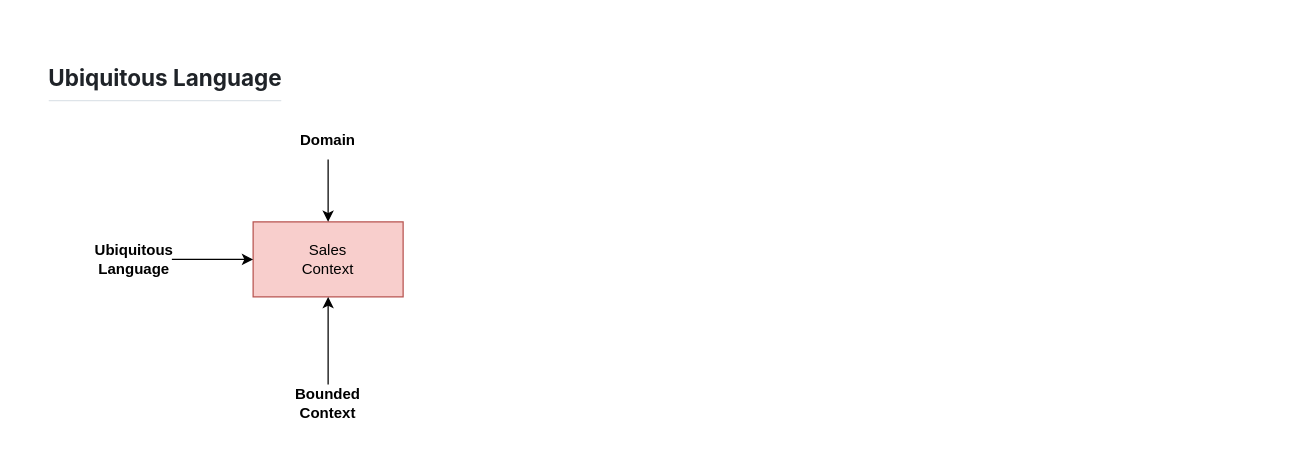
programmers-for-programmers/reading-notes keeps this draw.io diagram as ddd/ddd.drawio. Above is the earlier version. Source tidied: cells renumbered, new cells numbered last; positions are measured from the earlier drawing's top-left corner, leaving out a move shared by most shapes. Both pictures are drawn from the tidied source at 125%, with x=0, y=0 at pixel (21, 59).
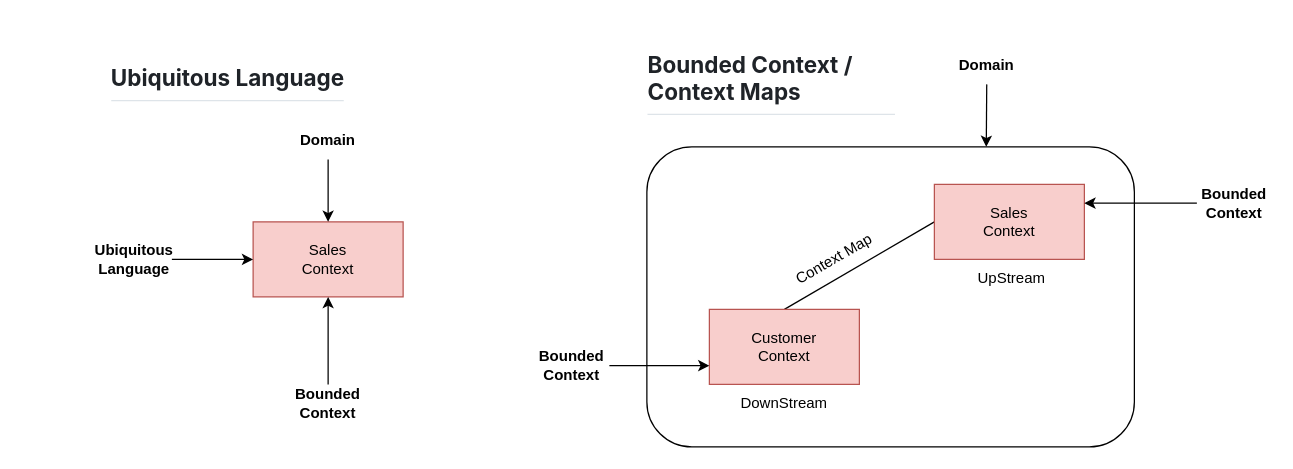
After the change.

The edit, as a diff of the source:
```diff
@@
+    <mxCell id="10" style="rounded=1;whiteSpace=wrap;html=1;roundedPerimeter=1;" parent="1" vertex="1">
+      <mxGeometry x="500" y="70" width="390" height="240" as="geometry" />
+    </mxCell>
@@
     <mxCell id="9" value="&lt;h2 tabindex=&quot;-1&quot; class=&quot;heading-element&quot; dir=&quot;auto&quot; style=&quot;box-sizing: border-box; margin-top: 24px; margin-bottom: 16px; line-height: 1.25; border-bottom: 1px solid rgba(209, 217, 224, 0.7); padding-bottom: 0.3em; color: rgb(31, 35, 40); font-family: &amp;quot;Mona Sans VF&amp;quot;, -apple-system, &amp;quot;system-ui&amp;quot;, &amp;quot;Segoe UI&amp;quot;, &amp;quot;Noto Sans Backtick Fix&amp;quot;, &amp;quot;Noto Sans&amp;quot;, Helvetica, Arial, sans-serif, &amp;quot;Apple Color Emoji&amp;quot;, &amp;quot;Segoe UI Emoji&amp;quot;; text-align: start; background-color: rgb(255, 255, 255);&quot;&gt;Ubiquitous Language&lt;/h2&gt;" style="text;html=1;whiteSpace=wrap;strokeColor=none;fillColor=none;align=center;verticalAlign=middle;rounded=0;" parent="1" vertex="1">
-      <mxGeometry width="230" height="30" as="geometry" />
+      <mxGeometry x="50" width="230" height="30" as="geometry" />
     </mxCell>
+    <mxCell id="11" value="&lt;h2 tabindex=&quot;-1&quot; class=&quot;heading-element&quot; dir=&quot;auto&quot; style=&quot;box-sizing: border-box; margin-top: 24px; margin-bottom: 16px; line-height: 1.25; border-bottom: 1px solid rgba(209, 217, 224, 0.7); padding-bottom: 0.3em; color: rgb(31, 35, 40); font-family: &amp;quot;Mona Sans VF&amp;quot;, -apple-system, &amp;quot;system-ui&amp;quot;, &amp;quot;Segoe UI&amp;quot;, &amp;quot;Noto Sans Backtick Fix&amp;quot;, &amp;quot;Noto Sans&amp;quot;, Helvetica, Arial, sans-serif, &amp;quot;Apple Color Emoji&amp;quot;, &amp;quot;Segoe UI Emoji&amp;quot;; text-align: start; background-color: rgb(255, 255, 255);&quot;&gt;Bounded Context / Context Maps&lt;/h2&gt;" style="text;html=1;whiteSpace=wrap;strokeColor=none;fillColor=none;align=center;verticalAlign=middle;rounded=0;" parent="1" vertex="1">
+      <mxGeometry x="500" width="200" height="30" as="geometry" />
+    </mxCell>
+    <mxCell id="12" style="rounded=0;jettySize=auto;html=1;exitX=0.5;exitY=0;exitDx=0;exitDy=0;entryX=0;entryY=0.5;entryDx=0;entryDy=0;shape=wire;endArrow=none;endFill=0;" parent="1" edge="1" source="13" target="14">
+      <mxGeometry relative="1" as="geometry" />
+    </mxCell>
+    <mxCell id="13" value="Customer&lt;br&gt;Context" style="rounded=0;whiteSpace=wrap;html=1;fillColor=#f8cecc;strokeColor=#b85450;" parent="1" vertex="1">
+      <mxGeometry x="550" y="200" width="120" height="60" as="geometry" />
+    </mxCell>
+    <mxCell id="14" value="Sales&lt;br&gt;Context" style="rounded=0;whiteSpace=wrap;html=1;fillColor=#f8cecc;strokeColor=#b85450;" parent="1" vertex="1">
+      <mxGeometry x="730" y="100" width="120" height="60" as="geometry" />
+    </mxCell>
+    <mxCell id="15" value="Context Map" style="text;html=1;whiteSpace=wrap;strokeColor=none;fillColor=none;align=center;verticalAlign=middle;rounded=0;rotation=-30;" parent="1" vertex="1">
+      <mxGeometry x="580" y="150" width="140" height="20" as="geometry" />
+    </mxCell>
+    <mxCell id="16" style="edgeStyle=none;rounded=0;jettySize=auto;html=1;entryX=0;entryY=0.75;entryDx=0;entryDy=0;" parent="1" edge="1" source="17" target="13">
+      <mxGeometry relative="1" as="geometry" />
+    </mxCell>
+    <mxCell id="17" value="&lt;b&gt;Bounded&lt;br&gt;Context&lt;/b&gt;" style="text;html=1;whiteSpace=wrap;strokeColor=none;fillColor=none;align=center;verticalAlign=middle;rounded=0;" parent="1" vertex="1">
+      <mxGeometry x="410" y="230" width="60" height="30" as="geometry" />
+    </mxCell>
+    <mxCell id="18" style="edgeStyle=none;rounded=0;jettySize=auto;html=1;entryX=1;entryY=0.25;entryDx=0;entryDy=0;" parent="1" edge="1" source="19" target="14">
+      <mxGeometry relative="1" as="geometry" />
+    </mxCell>
+    <mxCell id="19" value="&lt;b&gt;Bounded&lt;br&gt;Context&lt;/b&gt;" style="text;html=1;whiteSpace=wrap;strokeColor=none;fillColor=none;align=center;verticalAlign=middle;rounded=0;" parent="1" vertex="1">
+      <mxGeometry x="940" y="100" width="60" height="30" as="geometry" />
+    </mxCell>
+    <mxCell id="20" style="edgeStyle=none;rounded=0;jettySize=auto;html=1;entryX=0.697;entryY=-0.002;entryDx=0;entryDy=0;" parent="1" edge="1" source="21" target="10">
+      <mxGeometry relative="1" as="geometry" />
+    </mxCell>
+    <mxCell id="21" value="&lt;b&gt;Domain&lt;/b&gt;" style="text;html=1;whiteSpace=wrap;strokeColor=none;fillColor=none;align=center;verticalAlign=middle;rounded=0;" parent="1" vertex="1">
+      <mxGeometry x="742" y="-10" width="60" height="30" as="geometry" />
+    </mxCell>
+    <mxCell id="22" value="DownStream" style="text;html=1;whiteSpace=wrap;strokeColor=none;fillColor=none;align=center;verticalAlign=middle;rounded=0;" parent="1" vertex="1">
+      <mxGeometry x="565" y="260" width="90" height="30" as="geometry" />
+    </mxCell>
+    <mxCell id="23" value="UpStream" style="text;html=1;whiteSpace=wrap;strokeColor=none;fillColor=none;align=center;verticalAlign=middle;rounded=0;" parent="1" vertex="1">
+      <mxGeometry x="747" y="160" width="90" height="30" as="geometry" />
+    </mxCell>
```
